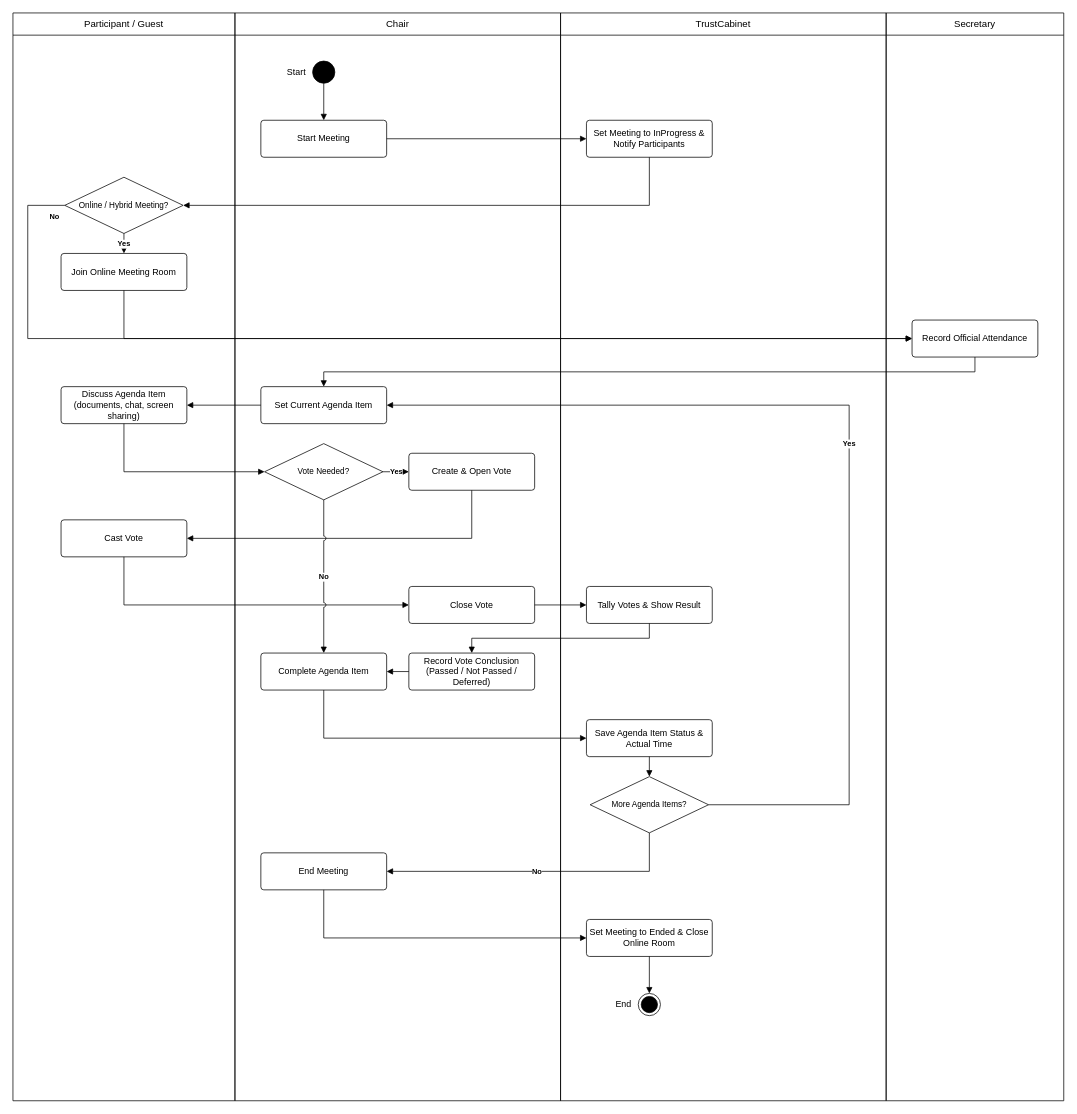
Before: docs/09-bussinessflow/BF-03_Meeting_Execution_Decision_Making.drawio in callmehai/FU-FA26-G116, a draw.io diagram. Source tidied: cells renumbered, new cells numbered last; positions are measured from the earlier drawing's top-left corner, leaving out a move shared by most shapes. Both pictures are drawn from the tidied source at 74%, with x=0, y=0 at pixel (13, 13).
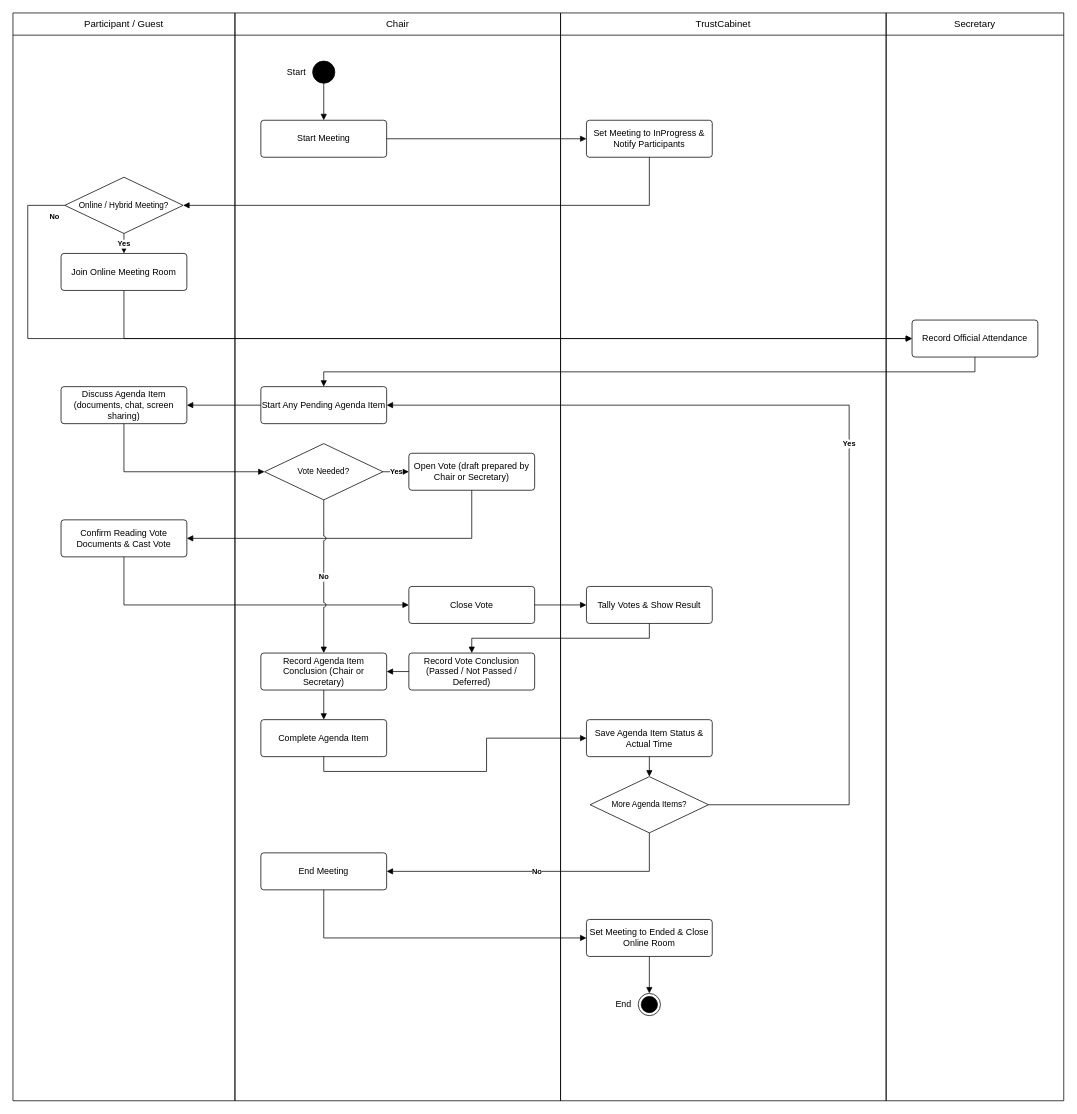
The same diagram, later.

Unchanged cells that the change refers to:
```xml
<mxCell id="2" value="Participant / Guest" style="swimlane;html=1;startSize=30;horizontal=1;fillColor=none;strokeColor=#000000;fontColor=#000000;fontStyle=0;fontSize=13;whiteSpace=wrap;" parent="1" vertex="1">
  <mxGeometry width="300" height="1470" as="geometry" />
</mxCell>
<mxCell id="7" value="Chair" style="swimlane;html=1;startSize=30;horizontal=1;fillColor=none;strokeColor=#000000;fontColor=#000000;fontStyle=0;fontSize=13;whiteSpace=wrap;" parent="1" vertex="1">
  <mxGeometry x="300" width="440" height="1470" as="geometry" />
</mxCell>
<mxCell id="11" value="Vote Needed?" style="rhombus;spacingLeft=16;spacingRight=16;html=1;whiteSpace=wrap;fillColor=#ffffff;strokeColor=#000000;fontColor=#000000;fontSize=11;" parent="7" vertex="1">
  <mxGeometry x="40" y="582" width="160" height="76" as="geometry" />
</mxCell>
<mxCell id="14" value="Record Vote Conclusion (Passed / Not Passed / Deferred)" style="rounded=1;arcSize=8;html=1;whiteSpace=wrap;fillColor=#ffffff;strokeColor=#000000;fontColor=#000000;fontSize=12;" parent="7" vertex="1">
  <mxGeometry x="235" y="865" width="170" height="50" as="geometry" />
</mxCell>
```

Change to the diagram source:
```diff
@@
-    <mxCell id="6" value="Cast Vote" style="rounded=1;arcSize=8;html=1;whiteSpace=wrap;fillColor=#ffffff;strokeColor=#000000;fontColor=#000000;fontSize=12;" parent="2" vertex="1">
+    <mxCell id="6" value="Confirm Reading Vote Documents &amp; Cast Vote" style="rounded=1;arcSize=8;html=1;whiteSpace=wrap;fillColor=#ffffff;strokeColor=#000000;fontColor=#000000;fontSize=12;" parent="2" vertex="1">
       <mxGeometry x="65" y="685" width="170" height="50" as="geometry" />
     </mxCell>
@@
-    <mxCell id="10" value="Set Current Agenda Item" style="rounded=1;arcSize=8;html=1;whiteSpace=wrap;fillColor=#ffffff;strokeColor=#000000;fontColor=#000000;fontSize=12;" parent="7" vertex="1">
+    <mxCell id="10" value="Start Any Pending Agenda Item" style="rounded=1;arcSize=8;html=1;whiteSpace=wrap;fillColor=#ffffff;strokeColor=#000000;fontColor=#000000;fontSize=12;" parent="7" vertex="1">
       <mxGeometry x="35" y="505" width="170" height="50" as="geometry" />
     </mxCell>
@@
-    <mxCell id="12" value="Create &amp; Open Vote" style="rounded=1;arcSize=8;html=1;whiteSpace=wrap;fillColor=#ffffff;strokeColor=#000000;fontColor=#000000;fontSize=12;" parent="7" vertex="1">
+    <mxCell id="12" value="Open Vote (draft prepared by Chair or Secretary)" style="rounded=1;arcSize=8;html=1;whiteSpace=wrap;fillColor=#ffffff;strokeColor=#000000;fontColor=#000000;fontSize=12;" parent="7" vertex="1">
       <mxGeometry x="235" y="595" width="170" height="50" as="geometry" />
     </mxCell>
@@
     <mxCell id="15" value="Complete Agenda Item" style="rounded=1;arcSize=8;html=1;whiteSpace=wrap;fillColor=#ffffff;strokeColor=#000000;fontColor=#000000;fontSize=12;" parent="7" vertex="1">
-      <mxGeometry x="35" y="865" width="170" height="50" as="geometry" />
+      <mxGeometry x="35" y="955" width="170" height="50" as="geometry" />
     </mxCell>
@@
-    <mxCell id="40" style="edgeStyle=orthogonalEdgeStyle;rounded=0;jettySize=auto;html=1;endArrow=block;endFill=1;strokeColor=#000000;fontColor=#000000;fontSize=10;fontStyle=1;labelBackgroundColor=#ffffff;jumpStyle=arc;jumpSize=6;exitX=0;exitY=0.5;exitDx=0;exitDy=0;entryX=1;entryY=0.5;entryDx=0;entryDy=0;" parent="1" edge="1" source="14" target="15">
+    <mxCell id="40" style="edgeStyle=orthogonalEdgeStyle;rounded=0;jettySize=auto;html=1;endArrow=block;endFill=1;strokeColor=#000000;fontColor=#000000;fontSize=10;fontStyle=1;labelBackgroundColor=#ffffff;jumpStyle=arc;jumpSize=6;exitX=0;exitY=0.5;exitDx=0;exitDy=0;entryX=1;entryY=0.5;entryDx=0;entryDy=0;" parent="1" edge="1" source="14" target="48">
       <mxGeometry relative="1" as="geometry" />
     </mxCell>
-    <mxCell id="41" value="No" style="edgeStyle=orthogonalEdgeStyle;rounded=0;jettySize=auto;html=1;endArrow=block;endFill=1;strokeColor=#000000;fontColor=#000000;fontSize=10;fontStyle=1;labelBackgroundColor=#ffffff;jumpStyle=arc;jumpSize=6;exitX=0.5;exitY=1;exitDx=0;exitDy=0;entryX=0.5;entryY=0;entryDx=0;entryDy=0;" parent="1" edge="1" source="11" target="15">
+    <mxCell id="41" value="No" style="edgeStyle=orthogonalEdgeStyle;rounded=0;jettySize=auto;html=1;endArrow=block;endFill=1;strokeColor=#000000;fontColor=#000000;fontSize=10;fontStyle=1;labelBackgroundColor=#ffffff;jumpStyle=arc;jumpSize=6;exitX=0.5;exitY=1;exitDx=0;exitDy=0;entryX=0.5;entryY=0;entryDx=0;entryDy=0;" parent="1" edge="1" source="11" target="48">
       <mxGeometry relative="1" as="geometry" />
     </mxCell>
@@
+    <mxCell id="48" value="Record Agenda Item Conclusion (Chair or Secretary)" style="rounded=1;arcSize=8;html=1;whiteSpace=wrap;fillColor=#ffffff;strokeColor=#000000;fontColor=#000000;fontSize=12;" parent="7" vertex="1">
+      <mxGeometry x="35" y="865" width="170" height="50" as="geometry" />
+    </mxCell>
+    <mxCell id="49" style="edgeStyle=orthogonalEdgeStyle;rounded=0;jettySize=auto;html=1;endArrow=block;endFill=1;strokeColor=#000000;fontColor=#000000;fontSize=10;fontStyle=1;labelBackgroundColor=#ffffff;jumpStyle=arc;jumpSize=6;exitX=0.5;exitY=1;exitDx=0;exitDy=0;entryX=0.5;entryY=0;entryDx=0;entryDy=0;" parent="1" edge="1" source="48" target="15">
+      <mxGeometry relative="1" as="geometry" />
+    </mxCell>
```
